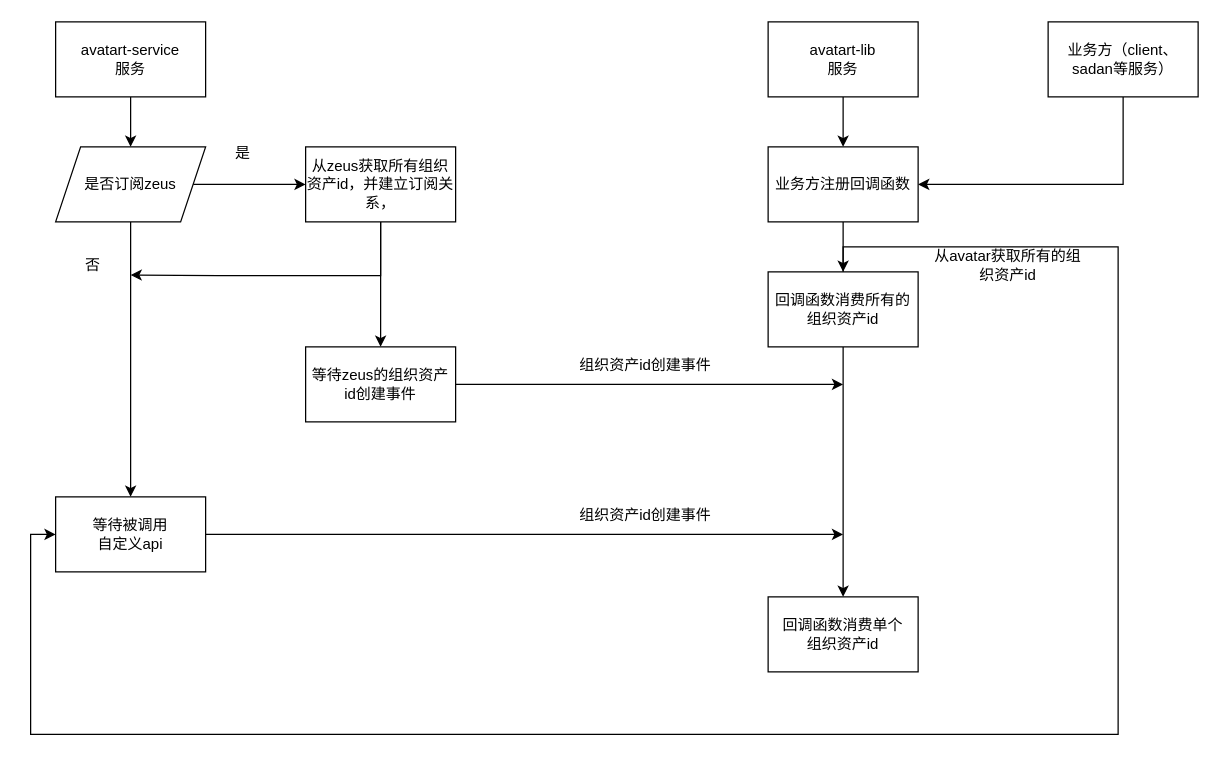
This is avatar.drawio from 15083787153/go-gRPC, a draw.io file, before an edit. Source tidied: cells renumbered, new cells numbered last; positions are measured from the earlier drawing's top-left corner, leaving out a move shared by most shapes. Both pictures are drawn from the tidied source at 125%, with x=0, y=0 at pixel (30, 21).
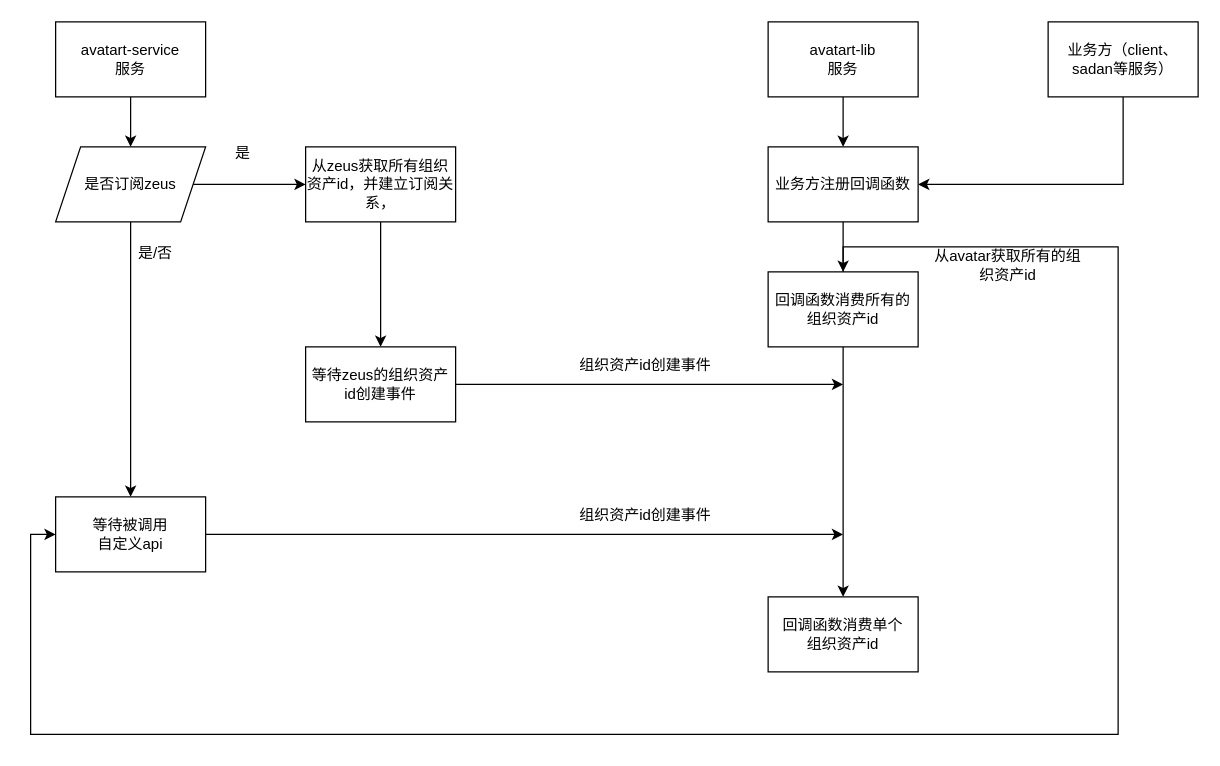
The same diagram, later.

Unchanged cells that the change refers to:
```xml
<mxCell id="9" value="从zeus获取所有组织资产id，并建立订阅关系，" style="whiteSpace=wrap;html=1;rounded=0;" parent="1" vertex="1">
  <mxGeometry x="220" y="100" width="120" height="60" as="geometry" />
</mxCell>
```

Change to the diagram source:
```diff
@@
-    <mxCell id="8" style="edgeStyle=orthogonalEdgeStyle;rounded=0;jettySize=auto;html=1;entryX=1;entryY=0.75;entryDx=0;entryDy=0;" parent="1" edge="1" source="9" target="13">
-      <mxGeometry relative="1" as="geometry">
-        <Array as="points">
-          <mxPoint x="280" y="203" />
-          <mxPoint x="150" y="203" />
-        </Array>
-      </mxGeometry>
-    </mxCell>
@@
-    <mxCell id="13" value="否" style="text;strokeColor=none;align=center;fillColor=none;html=1;verticalAlign=middle;whiteSpace=wrap;rounded=0;" parent="1" vertex="1">
-      <mxGeometry x="20" y="180" width="60" height="30" as="geometry" />
+    <mxCell id="13" value="是/否" style="text;strokeColor=none;align=center;fillColor=none;html=1;verticalAlign=middle;whiteSpace=wrap;rounded=0;" parent="1" vertex="1">
+      <mxGeometry x="70" y="170" width="60" height="30" as="geometry" />
     </mxCell>
```
